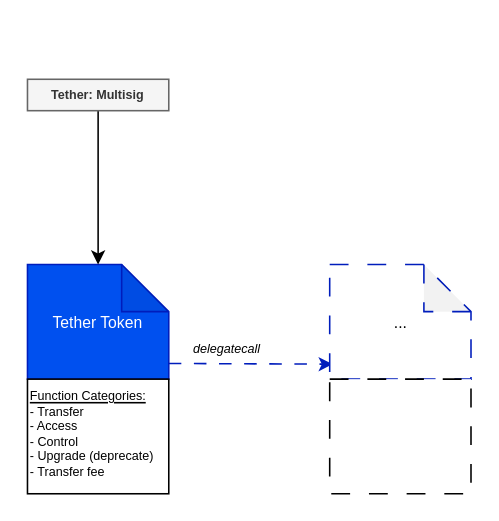
Before: USDT Token contract.drawio in SuperMaxKaufmann/Thesis, a draw.io diagram. Source tidied: cells renumbered, new cells numbered last; positions are measured from the earlier drawing's top-left corner, leaving out a move shared by most shapes. Both pictures are drawn from the tidied source at 157%, with x=0, y=0 at pixel (27, 78).
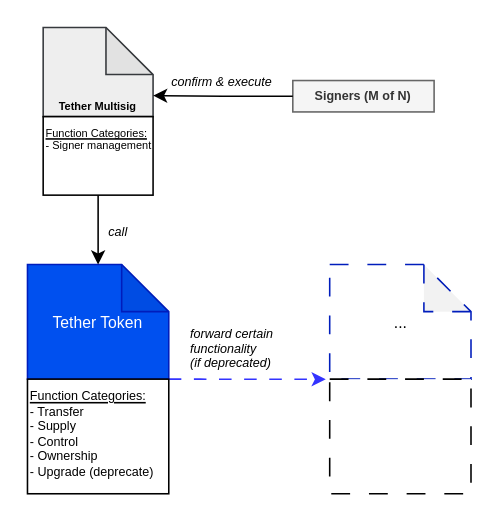
Above is the later version.

Commit message:
Update USDT Token contract

What changed in the source:
```diff
@@
 <mxGraphModel>
   <root>
     <mxCell id="0" />
     <mxCell id="1" parent="0" />
     <mxCell id="2" value="Tether Token" style="shape=note;whiteSpace=wrap;html=1;backgroundOutline=1;darkOpacity=0.05;fontSize=10;fillColor=#0050ef;strokeColor=#001DBC;fontColor=#ffffff;" parent="1" vertex="1">
       <mxGeometry y="118" width="90" height="73" as="geometry" />
     </mxCell>
-    <mxCell id="3" style="edgeStyle=orthogonalEdgeStyle;rounded=0;jettySize=auto;html=1;" parent="1" edge="1" source="4" target="2">
-      <mxGeometry relative="1" as="geometry" />
-    </mxCell>
-    <mxCell id="4" value="Tether: Multisig" style="rounded=0;whiteSpace=wrap;html=1;strokeColor=#666666;fontSize=8;fontStyle=1;fillColor=#f5f5f5;fontColor=#333333;" parent="1" vertex="1">
-      <mxGeometry width="90" height="20" as="geometry" />
+    <mxCell id="4" value="Signers (M of N)" style="rounded=0;whiteSpace=wrap;html=1;strokeColor=#666666;fontSize=8;fontStyle=1;fillColor=#f5f5f5;fontColor=#333333;" parent="1" vertex="1">
+      <mxGeometry x="169" y="0.8" width="90" height="20" as="geometry" />
     </mxCell>
-    <mxCell id="5" style="edgeStyle=orthogonalEdgeStyle;rounded=0;jettySize=auto;html=1;entryX=0.022;entryY=0.869;entryDx=0;entryDy=0;entryPerimeter=0;fillColor=#0050ef;strokeColor=#001DBC;jumpStyle=sharp;dashed=1;dashPattern=8 8;" parent="1" edge="1" target="7">
-      <mxGeometry relative="1" as="geometry">
-        <mxPoint x="90" y="181" as="sourcePoint" />
-      </mxGeometry>
-    </mxCell>
-    <mxCell id="6" value="delegatecall" style="text;whiteSpace=wrap;html=1;fontSize=8;fontStyle=2;fillColor=none;" parent="1" vertex="1">
-      <mxGeometry x="104" y="161" width="59" height="20" as="geometry" />
-    </mxCell>
     <mxCell id="7" value="&lt;span style=&quot;color: rgb(0, 0, 0);&quot;&gt;...&lt;/span&gt;" style="shape=note;whiteSpace=wrap;html=1;backgroundOutline=1;darkOpacity=0.05;fontSize=10;strokeColor=#001DBC;fillColor=#FFFFFF;fontColor=#ffffff;dashed=1;dashPattern=12 12;" parent="1" vertex="1">
       <mxGeometry x="192.5" y="118" width="90" height="73" as="geometry" />
     </mxCell>
+    <mxCell id="10" style="edgeStyle=orthogonalEdgeStyle;rounded=0;jettySize=auto;html=1;exitX=1;exitY=0;exitDx=0;exitDy=0;strokeColor=#3333FF;dashed=1;dashPattern=8 8;" parent="1" edge="1" source="8">
+      <mxGeometry relative="1" as="geometry">
+        <mxPoint x="190" y="191.1" as="targetPoint" />
+        <Array as="points">
+          <mxPoint x="110" y="191" />
+          <mxPoint x="110" y="191" />
+        </Array>
+      </mxGeometry>
+    </mxCell>
-    <mxCell id="8" value="&lt;div&gt;&lt;u&gt;Function Categories:&lt;/u&gt;&lt;/div&gt;- Transfer&lt;div&gt;- Access&lt;/div&gt;&lt;div&gt;- Control&lt;br&gt;- Upgrade (deprecate)&lt;/div&gt;&lt;div&gt;- Transfer fee&lt;/div&gt;" style="rounded=0;whiteSpace=wrap;html=1;verticalAlign=top;fontSize=8;align=left;" parent="1" vertex="1">
+    <mxCell id="8" value="&lt;div&gt;&lt;u&gt;Function Categories:&lt;/u&gt;&lt;/div&gt;- Transfer&lt;div&gt;- Supply&lt;/div&gt;&lt;div&gt;- Control&lt;/div&gt;&lt;div&gt;- Ownership&lt;br&gt;- Upgrade (deprecate)&lt;/div&gt;" style="rounded=0;whiteSpace=wrap;html=1;verticalAlign=top;fontSize=8;align=left;" parent="1" vertex="1">
       <mxGeometry y="191" width="90" height="73" as="geometry" />
     </mxCell>
     <mxCell id="9" style="rounded=0;whiteSpace=wrap;html=1;verticalAlign=top;fontSize=8;align=left;dashed=1;dashPattern=12 12;" parent="1" vertex="1">
       <mxGeometry x="192.5" y="191" width="90" height="73" as="geometry" />
     </mxCell>
+    <mxCell id="11" value="Tether Multisig" style="shape=note;whiteSpace=wrap;html=1;backgroundOutline=1;darkOpacity=0.05;fontSize=7;fillColor=#eeeeee;strokeColor=#36393d;verticalAlign=bottom;fontStyle=1;" parent="1" vertex="1">
+      <mxGeometry x="10" y="-33" width="70" height="56.8" as="geometry" />
+    </mxCell>
+    <mxCell id="12" value="&lt;div&gt;&lt;u&gt;Function Categories:&lt;/u&gt;&lt;/div&gt;- Signer management" style="rounded=0;whiteSpace=wrap;html=1;verticalAlign=top;fontSize=7;align=left;" parent="1" vertex="1">
+      <mxGeometry x="10" y="23.8" width="70" height="50" as="geometry" />
+    </mxCell>
+    <mxCell id="13" style="edgeStyle=orthogonalEdgeStyle;rounded=0;jettySize=auto;html=1;entryX=0;entryY=0;entryDx=70;entryDy=43.39;entryPerimeter=0;" parent="1" edge="1" source="4" target="11">
+      <mxGeometry relative="1" as="geometry" />
+    </mxCell>
+    <mxCell id="14" style="edgeStyle=orthogonalEdgeStyle;rounded=0;jettySize=auto;html=1;entryX=0.5;entryY=0;entryDx=0;entryDy=0;entryPerimeter=0;" parent="1" edge="1" source="12" target="2">
+      <mxGeometry relative="1" as="geometry" />
+    </mxCell>
+    <mxCell id="15" value="confirm &amp;amp; execute" style="text;whiteSpace=wrap;html=1;fontSize=8;fontStyle=2;fillColor=none;" parent="1" vertex="1">
+      <mxGeometry x="90" y="-9" width="79" height="20" as="geometry" />
+    </mxCell>
+    <mxCell id="16" value="call" style="text;whiteSpace=wrap;html=1;fontSize=8;fontStyle=2;fillColor=none;" parent="1" vertex="1">
+      <mxGeometry x="50" y="86" width="79" height="20" as="geometry" />
+    </mxCell>
+    <mxCell id="17" value="forward certain functionality &lt;br&gt;(if deprecated)" style="text;whiteSpace=wrap;html=1;fontSize=8;fontStyle=2;fillColor=none;" parent="1" vertex="1">
+      <mxGeometry x="102" y="151" width="79" height="40" as="geometry" />
+    </mxCell>
   </root>
 </mxGraphModel>
```
